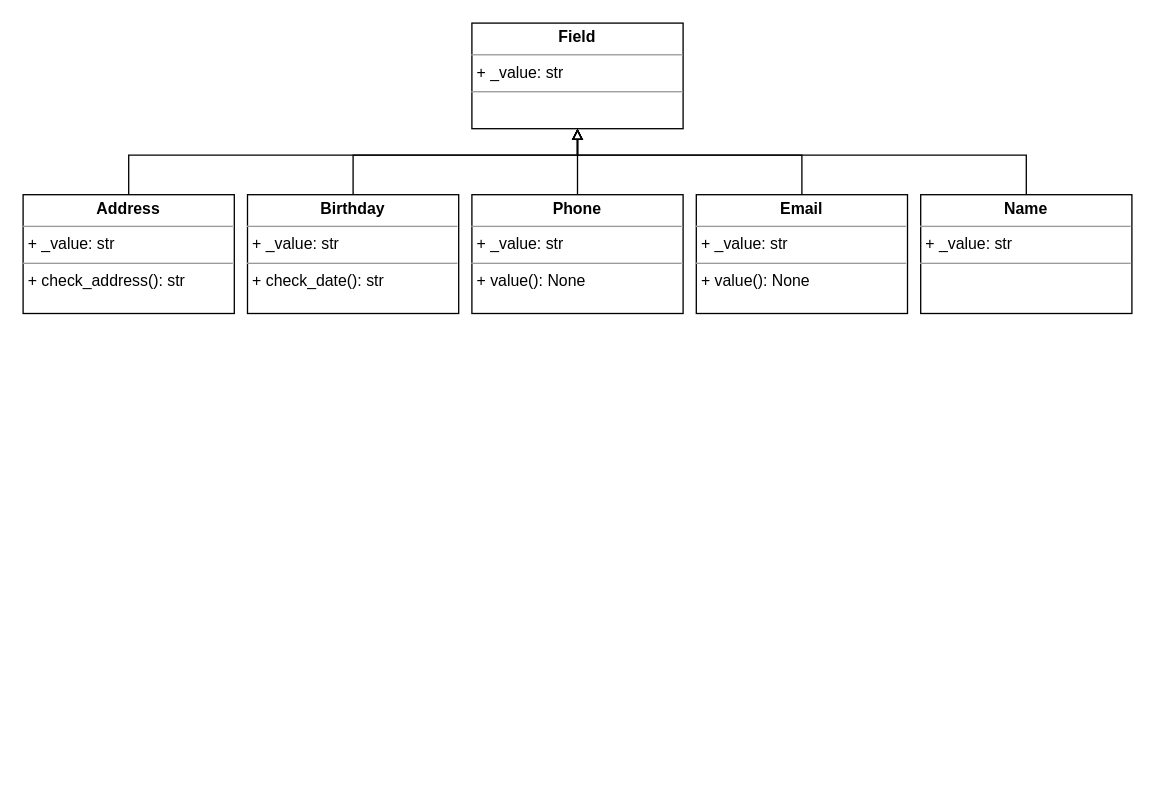
The draw.io diagram Диаграмма без названия.drawio in gorandalex/Bot_addressbook, before the edit. Source tidied: cells renumbered, new cells numbered last; positions are measured from the earlier drawing's top-left corner, leaving out a move shared by most shapes. Both pictures are drawn from the tidied source at 132%, with x=0, y=0 at pixel (22, 22).
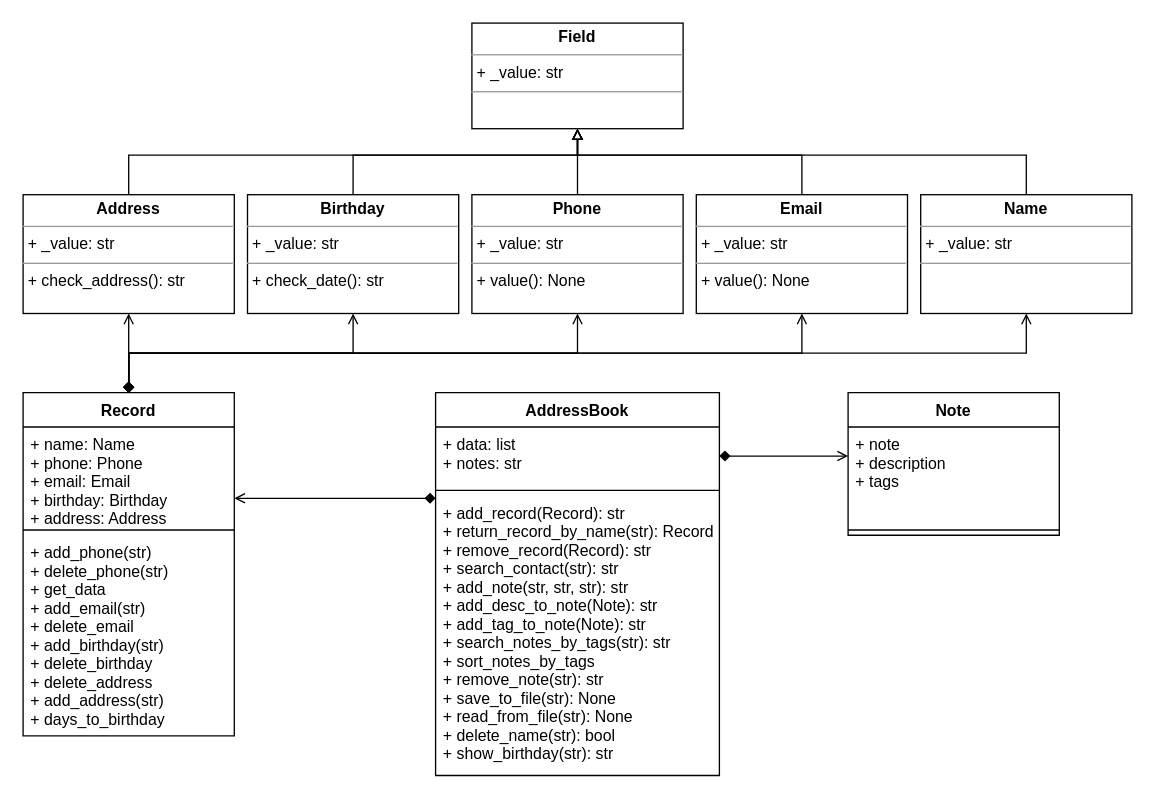
The same page after the edit.

The change refers to these unchanged cells:
```xml
<mxCell id="4" value="&lt;p style=&quot;margin:0px;margin-top:4px;text-align:center;&quot;&gt;&lt;b&gt;Address&lt;/b&gt;&lt;/p&gt;&lt;hr size=&quot;1&quot;&gt;&lt;p style=&quot;margin:0px;margin-left:4px;&quot;&gt;+ _value: str&lt;/p&gt;&lt;hr size=&quot;1&quot;&gt;&lt;p style=&quot;margin:0px;margin-left:4px;&quot;&gt;+ check_address(): str&lt;/p&gt;" style="verticalAlign=top;align=left;overflow=fill;fontSize=12;fontFamily=Helvetica;html=1;" parent="1" vertex="1">
  <mxGeometry y="130" width="160" height="90" as="geometry" />
</mxCell>
<mxCell id="5" value="&lt;p style=&quot;margin:0px;margin-top:4px;text-align:center;&quot;&gt;&lt;b&gt;Birthday&lt;/b&gt;&lt;br&gt;&lt;/p&gt;&lt;hr size=&quot;1&quot;&gt;&lt;p style=&quot;margin:0px;margin-left:4px;&quot;&gt;+ _value: str&lt;/p&gt;&lt;hr size=&quot;1&quot;&gt;&lt;p style=&quot;margin:0px;margin-left:4px;&quot;&gt;+ check_date(): str&lt;/p&gt;" style="verticalAlign=top;align=left;overflow=fill;fontSize=12;fontFamily=Helvetica;html=1;" parent="1" vertex="1">
  <mxGeometry x="170" y="130" width="160" height="90" as="geometry" />
</mxCell>
<mxCell id="7" value="&lt;p style=&quot;margin:0px;margin-top:4px;text-align:center;&quot;&gt;&lt;b&gt;Phone&lt;/b&gt;&lt;br&gt;&lt;/p&gt;&lt;hr size=&quot;1&quot;&gt;&lt;p style=&quot;margin:0px;margin-left:4px;&quot;&gt;+ _value: str&lt;/p&gt;&lt;hr size=&quot;1&quot;&gt;&lt;p style=&quot;margin:0px;margin-left:4px;&quot;&gt;+ value(): None&lt;/p&gt;" style="verticalAlign=top;align=left;overflow=fill;fontSize=12;fontFamily=Helvetica;html=1;" parent="1" vertex="1">
  <mxGeometry x="340" y="130" width="160" height="90" as="geometry" />
</mxCell>
<mxCell id="9" value="&lt;p style=&quot;margin:0px;margin-top:4px;text-align:center;&quot;&gt;&lt;b&gt;Email&lt;/b&gt;&lt;br&gt;&lt;/p&gt;&lt;hr size=&quot;1&quot;&gt;&lt;p style=&quot;margin:0px;margin-left:4px;&quot;&gt;+ _value: str&lt;/p&gt;&lt;hr size=&quot;1&quot;&gt;&lt;p style=&quot;margin:0px;margin-left:4px;&quot;&gt;+ value(): None&lt;/p&gt;" style="verticalAlign=top;align=left;overflow=fill;fontSize=12;fontFamily=Helvetica;html=1;" parent="1" vertex="1">
  <mxGeometry x="510" y="130" width="160" height="90" as="geometry" />
</mxCell>
<mxCell id="11" value="&lt;p style=&quot;margin:0px;margin-top:4px;text-align:center;&quot;&gt;&lt;b&gt;Name&lt;/b&gt;&lt;/p&gt;&lt;hr size=&quot;1&quot;&gt;&lt;p style=&quot;margin:0px;margin-left:4px;&quot;&gt;+ _value: str&lt;/p&gt;&lt;hr size=&quot;1&quot;&gt;&lt;p style=&quot;margin:0px;margin-left:4px;&quot;&gt;&lt;br&gt;&lt;/p&gt;" style="verticalAlign=top;align=left;overflow=fill;fontSize=12;fontFamily=Helvetica;html=1;" parent="1" vertex="1">
  <mxGeometry x="680" y="130" width="160" height="90" as="geometry" />
</mxCell>
```

What changed in the source:
```diff
@@
+    <mxCell id="13" style="edgeStyle=orthogonalEdgeStyle;rounded=0;jettySize=auto;html=1;endArrow=open;endFill=0;startArrow=diamond;startFill=1;" parent="1" edge="1" source="18" target="4">
+      <mxGeometry relative="1" as="geometry" />
+    </mxCell>
+    <mxCell id="14" style="edgeStyle=orthogonalEdgeStyle;rounded=0;jettySize=auto;html=1;entryX=0.5;entryY=1;entryDx=0;entryDy=0;startArrow=diamond;startFill=1;endArrow=open;endFill=0;exitX=0.5;exitY=0;exitDx=0;exitDy=0;" parent="1" edge="1" source="18" target="5">
+      <mxGeometry relative="1" as="geometry" />
+    </mxCell>
+    <mxCell id="15" style="edgeStyle=orthogonalEdgeStyle;rounded=0;jettySize=auto;html=1;entryX=0.5;entryY=1;entryDx=0;entryDy=0;startArrow=diamond;startFill=1;endArrow=open;endFill=0;" parent="1" edge="1" source="18" target="7">
+      <mxGeometry relative="1" as="geometry">
+        <Array as="points">
+          <mxPoint x="80" y="250" />
+          <mxPoint x="420" y="250" />
+        </Array>
+      </mxGeometry>
+    </mxCell>
+    <mxCell id="16" style="edgeStyle=orthogonalEdgeStyle;rounded=0;jettySize=auto;html=1;entryX=0.5;entryY=1;entryDx=0;entryDy=0;startArrow=diamond;startFill=1;endArrow=open;endFill=0;" parent="1" edge="1" source="18" target="9">
+      <mxGeometry relative="1" as="geometry">
+        <Array as="points">
+          <mxPoint x="80" y="250" />
+          <mxPoint x="590" y="250" />
+        </Array>
+      </mxGeometry>
+    </mxCell>
+    <mxCell id="17" style="edgeStyle=orthogonalEdgeStyle;rounded=0;jettySize=auto;html=1;entryX=0.5;entryY=1;entryDx=0;entryDy=0;startArrow=diamond;startFill=1;endArrow=open;endFill=0;" parent="1" edge="1" source="18" target="11">
+      <mxGeometry relative="1" as="geometry">
+        <Array as="points">
+          <mxPoint x="80" y="250" />
+          <mxPoint x="760" y="250" />
+        </Array>
+      </mxGeometry>
+    </mxCell>
+    <mxCell id="18" value="Record" style="swimlane;fontStyle=1;align=center;verticalAlign=top;horizontal=1;startSize=26;" parent="1" vertex="1">
+      <mxGeometry y="280" width="160" height="260" as="geometry" />
+    </mxCell>
+    <mxCell id="19" value="+ name: Name&#10;+ phone: Phone&#10;+ email: Email&#10;+ birthday: Birthday&#10;+ address: Address" style="text;strokeColor=none;fillColor=none;align=left;verticalAlign=top;spacingLeft=4;spacingRight=4;overflow=hidden;" parent="18" vertex="1">
+      <mxGeometry y="26" width="160" height="74" as="geometry" />
+    </mxCell>
+    <mxCell id="20" style="line;strokeWidth=1;fillColor=none;align=left;verticalAlign=middle;spacingTop=-1;spacingLeft=3;spacingRight=3;labelPosition=right;strokeColor=inherit;" parent="18" vertex="1">
+      <mxGeometry y="100" width="160" height="8" as="geometry" />
+    </mxCell>
+    <mxCell id="21" value="+ add_phone(str)&#10;+ delete_phone(str)&#10;+ get_data&#10;+ add_email(str)&#10;+ delete_email&#10;+ add_birthday(str)&#10;+ delete_birthday&#10;+ delete_address&#10;+ add_address(str)&#10;+ days_to_birthday&#10;" style="text;strokeColor=none;fillColor=none;align=left;verticalAlign=top;spacingLeft=4;spacingRight=4;overflow=hidden;" parent="18" vertex="1">
+      <mxGeometry y="108" width="160" height="152" as="geometry" />
+    </mxCell>
+    <mxCell id="22" value="AddressBook" style="swimlane;fontStyle=1;align=center;verticalAlign=top;horizontal=1;startSize=26;" parent="1" vertex="1">
+      <mxGeometry x="312.5" y="280" width="215" height="290" as="geometry" />
+    </mxCell>
+    <mxCell id="23" value="+ data: list&#10;+ notes: str" style="text;strokeColor=none;fillColor=none;align=left;verticalAlign=top;spacingLeft=4;spacingRight=4;overflow=hidden;points=[[0,0.5],[1,0.5]];portConstraint=eastwest;" parent="22" vertex="1">
+      <mxGeometry y="26" width="215" height="44" as="geometry" />
+    </mxCell>
+    <mxCell id="24" style="line;strokeWidth=1;fillColor=none;align=left;verticalAlign=middle;spacingTop=-1;spacingLeft=3;spacingRight=3;labelPosition=right;strokeColor=inherit;" parent="22" vertex="1">
+      <mxGeometry y="70" width="215" height="8" as="geometry" />
+    </mxCell>
+    <mxCell id="25" value="+ add_record(Record): str&#10;+ return_record_by_name(str): Record&#10;+ remove_record(Record): str&#10;+ search_contact(str): str&#10;+ add_note(str, str, str): str&#10;+ add_desc_to_note(Note): str&#10;+ add_tag_to_note(Note): str&#10;+ search_notes_by_tags(str): str&#10;+ sort_notes_by_tags&#10;+ remove_note(str): str&#10;+ save_to_file(str): None&#10;+ read_from_file(str): None&#10;+ delete_name(str): bool&#10;+ show_birthday(str): str" style="text;strokeColor=none;fillColor=none;align=left;verticalAlign=top;spacingLeft=4;spacingRight=4;overflow=hidden;points=[[0,0.5],[1,0.5]];portConstraint=eastwest;" parent="22" vertex="1">
+      <mxGeometry y="78" width="215" height="212" as="geometry" />
+    </mxCell>
+    <mxCell id="26" style="edgeStyle=orthogonalEdgeStyle;rounded=0;jettySize=auto;html=1;startArrow=diamond;startFill=1;endArrow=open;endFill=0;" parent="1" edge="1" source="25">
+      <mxGeometry relative="1" as="geometry">
+        <mxPoint x="160" y="360" as="targetPoint" />
+        <Array as="points">
+          <mxPoint x="160" y="360" />
+        </Array>
+      </mxGeometry>
+    </mxCell>
+    <mxCell id="27" value="Note" style="swimlane;fontStyle=1;align=center;verticalAlign=top;horizontal=1;startSize=26;" parent="1" vertex="1">
+      <mxGeometry x="625" y="280" width="160" height="108" as="geometry" />
+    </mxCell>
+    <mxCell id="28" value="+ note&#10;+ description&#10;+ tags" style="text;strokeColor=none;fillColor=none;align=left;verticalAlign=top;spacingLeft=4;spacingRight=4;overflow=hidden;points=[[0,0.5],[1,0.5]];portConstraint=eastwest;" parent="27" vertex="1">
+      <mxGeometry y="26" width="160" height="74" as="geometry" />
+    </mxCell>
+    <mxCell id="29" style="line;strokeWidth=1;fillColor=none;align=left;verticalAlign=middle;spacingTop=-1;spacingLeft=3;spacingRight=3;labelPosition=right;strokeColor=inherit;" parent="27" vertex="1">
+      <mxGeometry y="100" width="160" height="8" as="geometry" />
+    </mxCell>
+    <mxCell id="30" style="edgeStyle=orthogonalEdgeStyle;rounded=0;jettySize=auto;html=1;startArrow=diamond;startFill=1;endArrow=open;endFill=0;" parent="1" edge="1" source="23" target="28">
+      <mxGeometry relative="1" as="geometry">
+        <Array as="points">
+          <mxPoint x="605" y="328" />
+          <mxPoint x="605" y="328" />
+        </Array>
+      </mxGeometry>
+    </mxCell>
```
